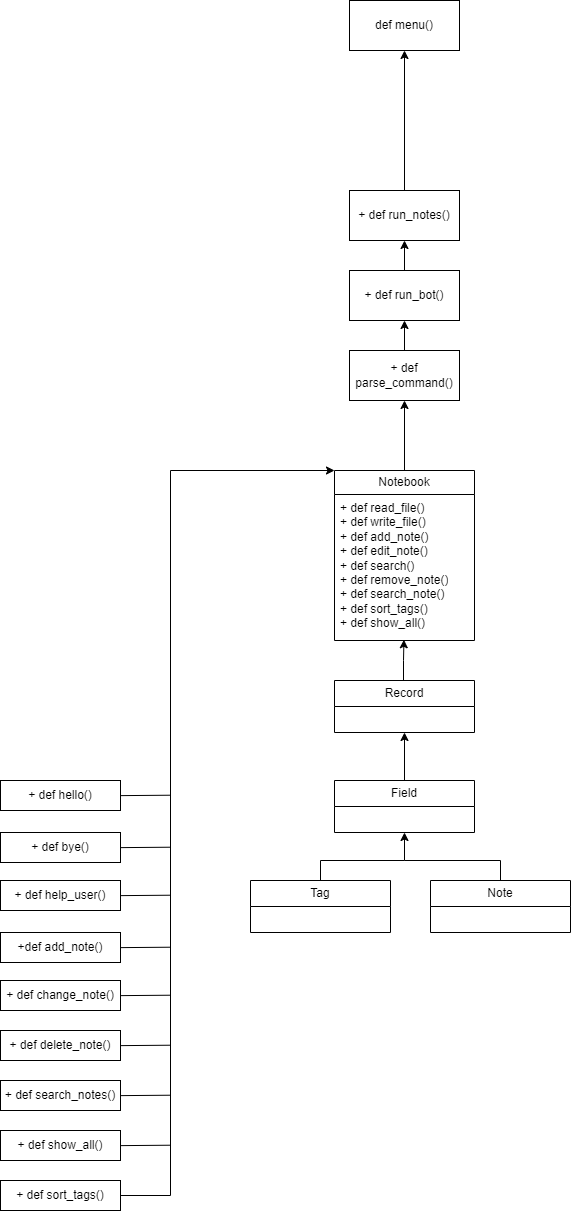
Earlier version of the draw.io export Untitled Diagram.drawio.png (dragomar14/WEB-HW-01). Source tidied: cells renumbered, new cells last; positions are measured from the earlier drawing's top-left corner, leaving out a move shared by most shapes.
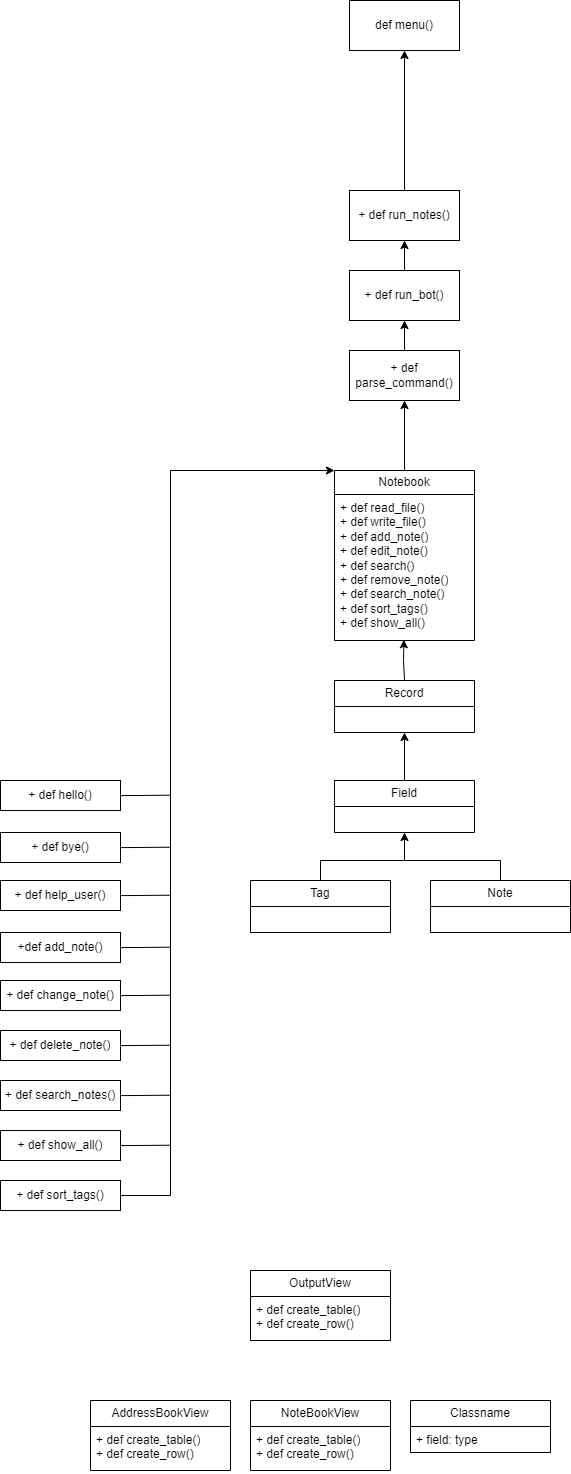
Above is the later version.

Diff of the diagram source:
```diff
@@ -155,5 +155,29 @@
         <mxPoint x="170" y="794.7" as="targetPoint" />
       </mxGeometry>
     </mxCell>
+    <mxCell id="38" value="OutputView" style="swimlane;fontStyle=0;horizontal=1;startSize=26;fillColor=none;whiteSpace=wrap;html=1;" parent="1" vertex="1">
+      <mxGeometry x="250" y="1270" width="140" height="70" as="geometry" />
+    </mxCell>
+    <mxCell id="39" value="+ def create_table()&lt;br&gt;+ def create_row()" style="text;strokeColor=none;fillColor=none;align=left;verticalAlign=top;spacingLeft=4;spacingRight=4;overflow=hidden;whiteSpace=wrap;html=1;" parent="38" vertex="1">
+      <mxGeometry y="26" width="140" height="44" as="geometry" />
+    </mxCell>
+    <mxCell id="40" value="AddressBookView" style="swimlane;fontStyle=0;horizontal=1;startSize=26;fillColor=none;whiteSpace=wrap;html=1;" parent="1" vertex="1">
+      <mxGeometry x="90" y="1400" width="140" height="70" as="geometry" />
+    </mxCell>
+    <mxCell id="41" value="+ def create_table()&lt;br&gt;+ def create_row()" style="text;strokeColor=none;fillColor=none;align=left;verticalAlign=top;spacingLeft=4;spacingRight=4;overflow=hidden;whiteSpace=wrap;html=1;" parent="40" vertex="1">
+      <mxGeometry y="26" width="140" height="44" as="geometry" />
+    </mxCell>
+    <mxCell id="42" value="NoteBookView" style="swimlane;fontStyle=0;horizontal=1;startSize=26;fillColor=none;whiteSpace=wrap;html=1;" parent="1" vertex="1">
+      <mxGeometry x="250" y="1400" width="140" height="70" as="geometry" />
+    </mxCell>
+    <mxCell id="43" value="+ def create_table()&lt;br&gt;+ def create_row()" style="text;strokeColor=none;fillColor=none;align=left;verticalAlign=top;spacingLeft=4;spacingRight=4;overflow=hidden;whiteSpace=wrap;html=1;" parent="42" vertex="1">
+      <mxGeometry y="26" width="140" height="44" as="geometry" />
+    </mxCell>
+    <mxCell id="44" value="Classname" style="swimlane;fontStyle=0;horizontal=1;startSize=26;fillColor=none;whiteSpace=wrap;html=1;" parent="1" vertex="1">
+      <mxGeometry x="410" y="1400" width="140" height="52" as="geometry" />
+    </mxCell>
+    <mxCell id="45" value="+ field: type" style="text;strokeColor=none;fillColor=none;align=left;verticalAlign=top;spacingLeft=4;spacingRight=4;overflow=hidden;whiteSpace=wrap;html=1;" parent="44" vertex="1">
+      <mxGeometry y="26" width="140" height="26" as="geometry" />
+    </mxCell>
   </root>
 </mxGraphModel>
```
